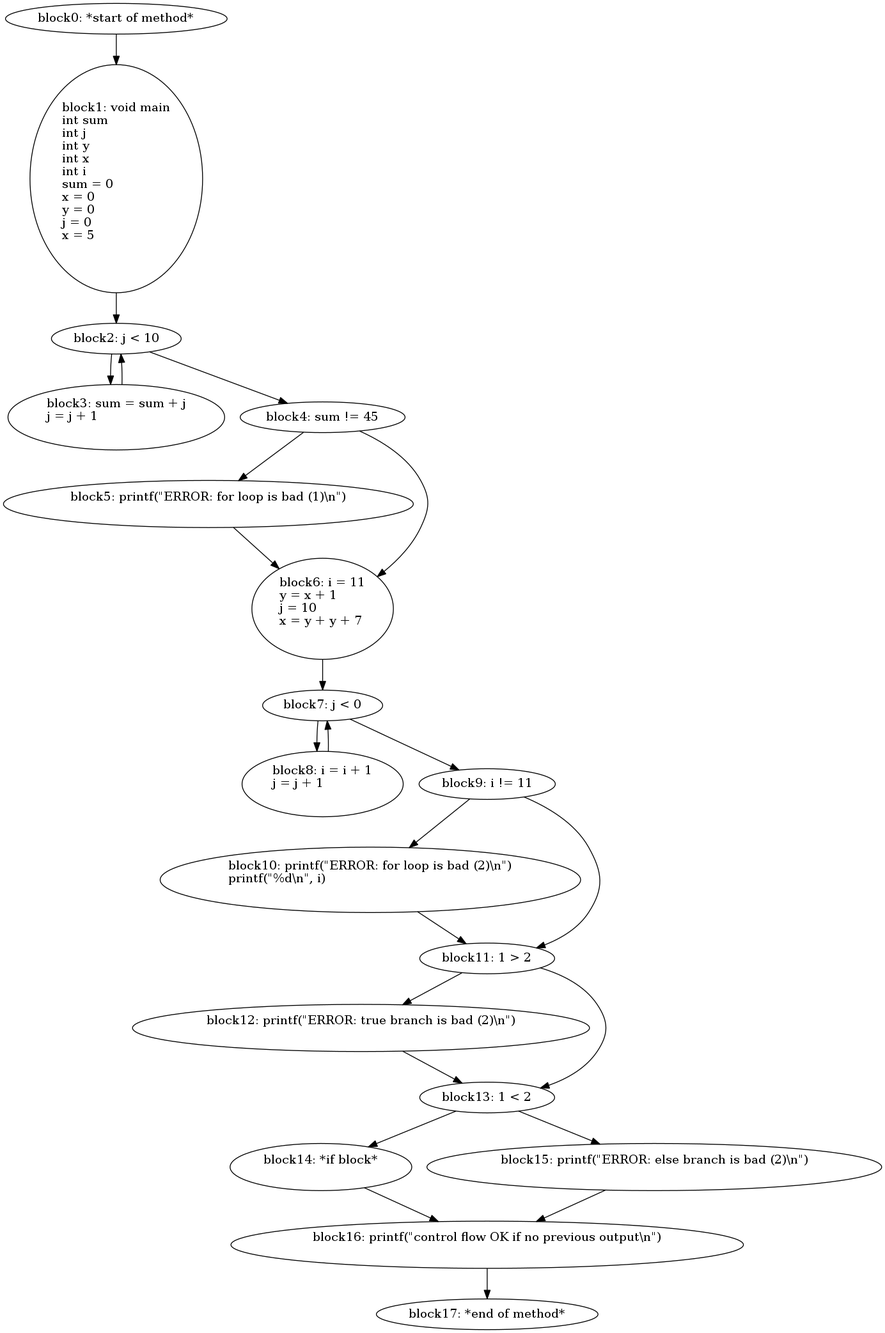
jimmyz42/CCompiler keeps this Graphviz diagram as foo.png. Above is the earlier version. Its source is kept beside it as foo.dot.
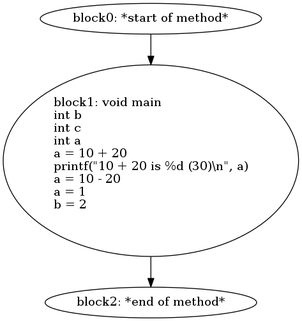
The same diagram one commit later.

What changed in the source:
```diff
@@ -1,43 +1,7 @@
 digraph G {
   block0 [ label="block0: *start\ of\ method*\l" ];
-  block1 [ label="block1: void\ main\lint\ sum\lint\ j\lint\ y\lint\ x\lint\ i\lsum\ =\ 0\lx\ =\ 0\ly\ =\ 0\lj\ =\ 0\lx\ =\ 5\l\l" ];
-  block2 [ label="block2: j\ \<\ 10\l" ];
-  block3 [ label="block3: sum\ =\ sum\ +\ j\lj\ =\ j\ +\ 1\l\l" ];
-  block4 [ label="block4: sum\ !=\ 45\l" ];
-  block5 [ label="block5: printf\(\"ERROR\:\ for\ loop\ is\ bad\ \(1\)\\n\"\)\l\l" ];
-  block6 [ label="block6: i\ =\ 11\ly\ =\ x\ +\ 1\lj\ =\ 10\lx\ =\ y\ +\ y\ +\ 7\l\l" ];
-  block7 [ label="block7: j\ \<\ 0\l" ];
-  block8 [ label="block8: i\ =\ i\ +\ 1\lj\ =\ j\ +\ 1\l\l" ];
-  block9 [ label="block9: i\ !=\ 11\l" ];
-  block10 [ label="block10: printf\(\"ERROR\:\ for\ loop\ is\ bad\ \(2\)\\n\"\)\lprintf\(\"%d\\n\"\,\ i\)\l\l" ];
-  block11 [ label="block11: 1\ \>\ 2\l" ];
-  block12 [ label="block12: printf\(\"ERROR\:\ true\ branch\ is\ bad\ \(2\)\\n\"\)\l\l" ];
-  block13 [ label="block13: 1\ \<\ 2\l" ];
-  block14 [ label="block14: *if\ block*\l\l" ];
-  block16 [ label="block16: printf\(\"control\ flow\ OK\ if\ no\ previous\ output\\n\"\)\l\l" ];
-  block17 [ label="block17: *end\ of\ method*\l" ];
-  block15 [ label="block15: printf\(\"ERROR\:\ else\ branch\ is\ bad\ \(2\)\\n\"\)\l\l" ];
+  block1 [ label="block1: void\ main\lint\ b\lint\ c\lint\ a\la\ =\ 10\ +\ 20\lprintf\(\"10\ +\ 20\ is\ %d\ \(30\)\\n\"\,\ a\)\la\ =\ 10\ -\ 20\la\ =\ 1\lb\ =\ 2\l\l" ];
+  block2 [ label="block2: *end\ of\ method*\l" ];
   block0 -> block1;
   block1 -> block2;
-  block2 -> block3;
-  block3 -> block2;
-  block2 -> block4;
-  block4 -> block5;
-  block5 -> block6;
-  block6 -> block7;
-  block7 -> block8;
-  block8 -> block7;
-  block7 -> block9;
-  block9 -> block10;
-  block10 -> block11;
-  block11 -> block12;
-  block12 -> block13;
-  block13 -> block14;
-  block14 -> block16;
-  block16 -> block17;
-  block13 -> block15;
-  block15 -> block16;
-  block11 -> block13;
-  block9 -> block11;
-  block4 -> block6;
 }
```
